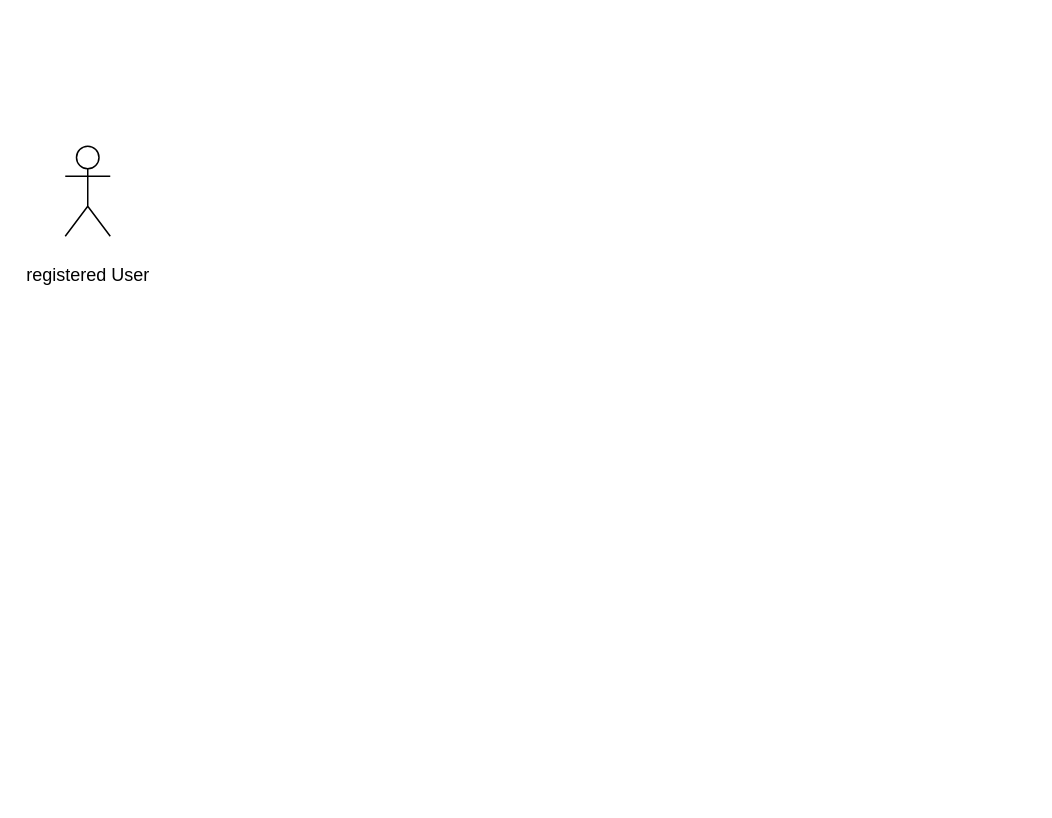
Above: TextAdventureUseCase.drawio in sailerco/SoftwareDesign (draw.io), before the change. Source tidied: cells renumbered, new cells numbered last; positions are measured from the earlier drawing's top-left corner, leaving out a move shared by most shapes. Both pictures are drawn from the tidied source at 150%, with x=0, y=0 at pixel (64, 146).
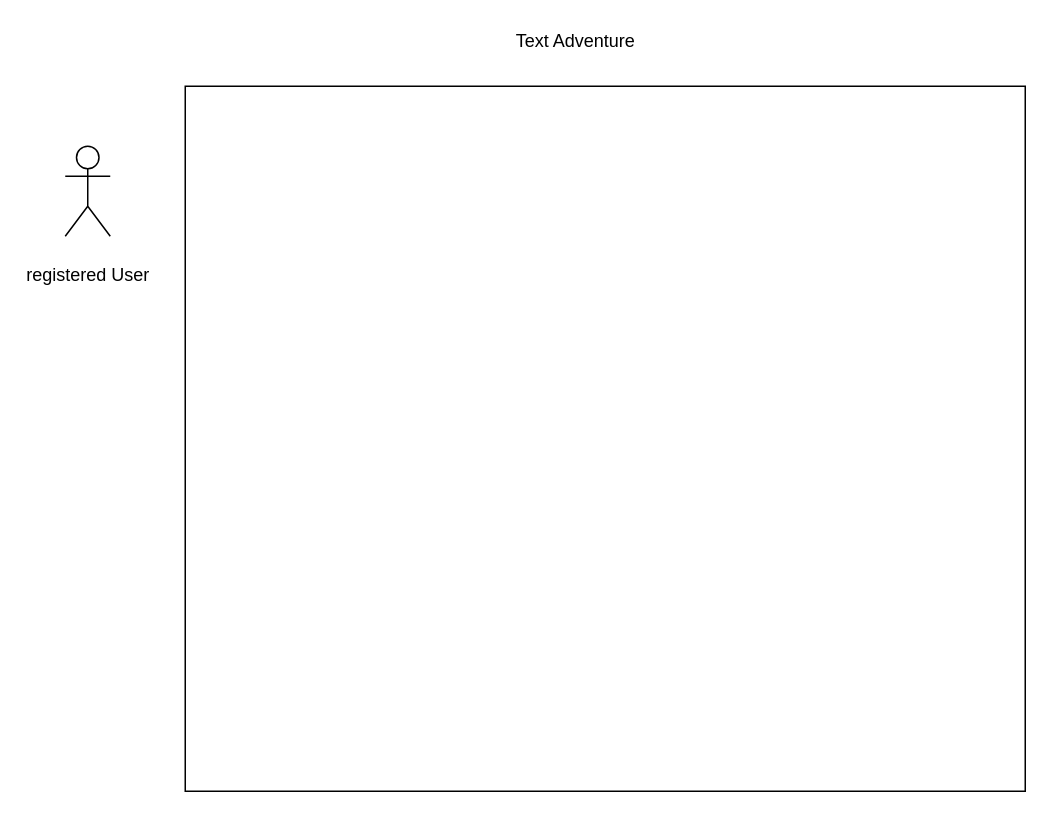
Above is the later version.

Change to the diagram source:
```diff
@@
 <mxGraphModel>
   <root>
     <mxCell id="0" />
     <mxCell id="1" parent="0" />
     <mxCell id="2" value="&lt;p&gt;registered User&lt;/p&gt;" style="shape=umlActor;verticalLabelPosition=bottom;verticalAlign=top;html=1;" parent="1" vertex="1">
       <mxGeometry width="30" height="60" as="geometry" />
     </mxCell>
+    <mxCell id="3" style="rounded=0;whiteSpace=wrap;html=1;fillColor=none;" parent="1" vertex="1">
+      <mxGeometry x="80" y="-40" width="560" height="470" as="geometry" />
+    </mxCell>
+    <mxCell id="4" value="Text Adventure" style="text;html=1;align=center;verticalAlign=middle;strokeColor=none;" parent="1" vertex="1">
+      <mxGeometry x="295" y="-80" width="90" height="20" as="geometry" />
+    </mxCell>
   </root>
 </mxGraphModel>
```
